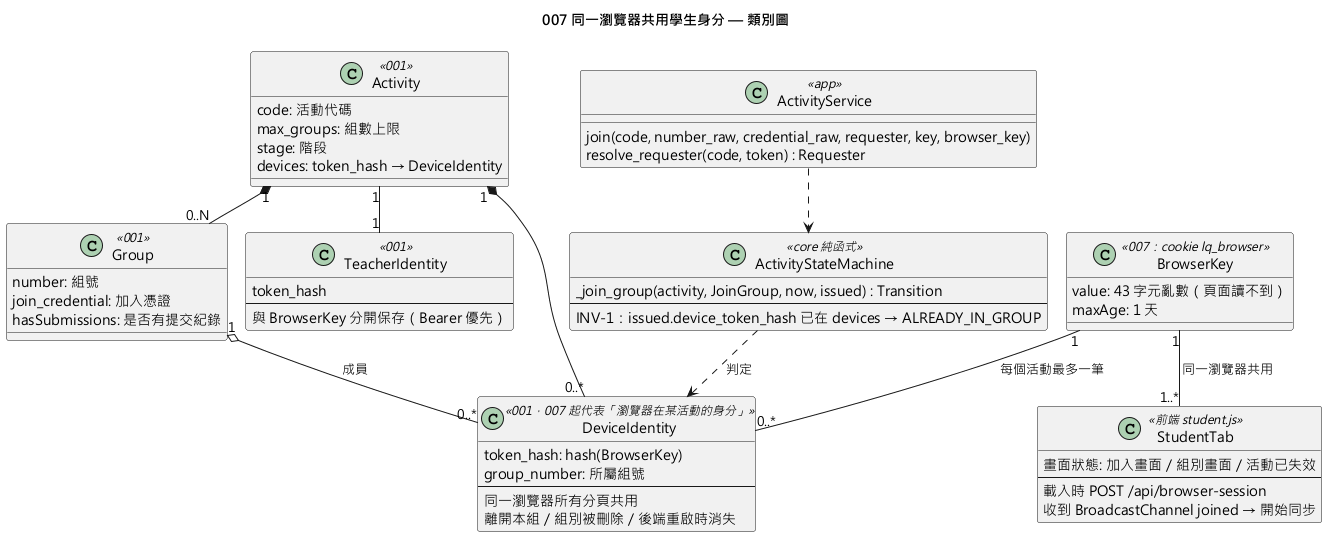
Before: diagrams/007-browser-identity-sync-class.png, a diagram exported from PlantUML (EricC430/lecture-answer-first_group16_speckit).
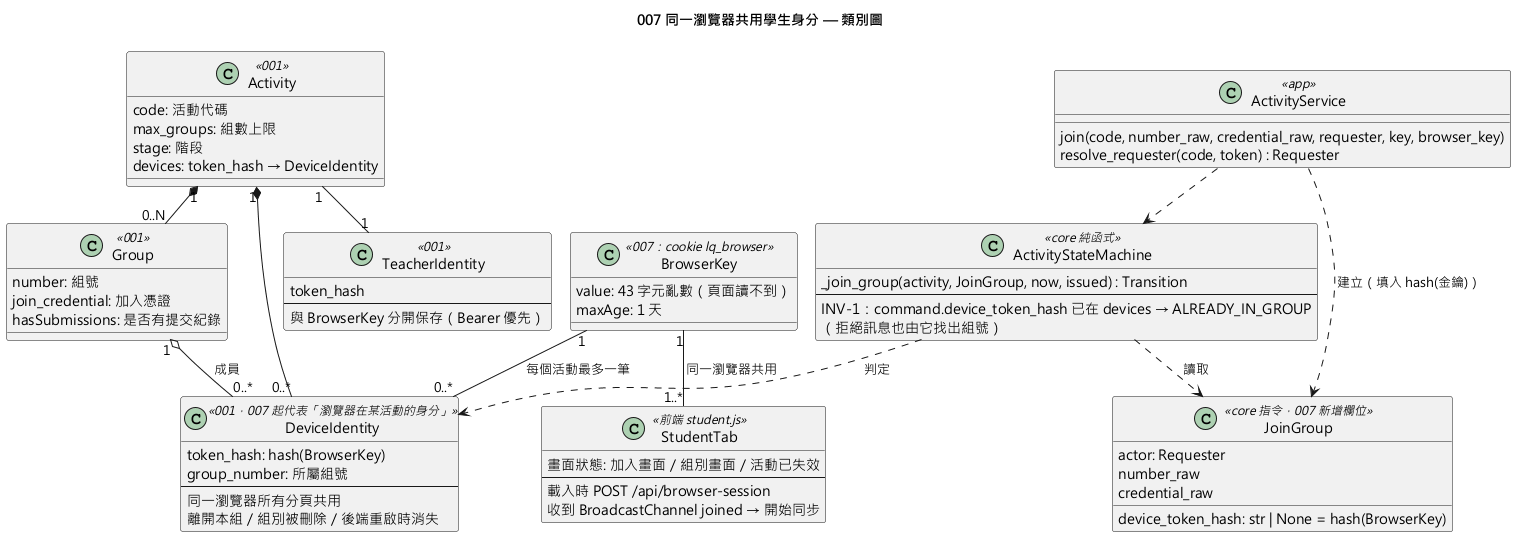
After the commit.

Commit message:
docs: 依 /speckit-analyze 修正 007 的 spec、plan、tasks 與圖表

The edit, as a diff of the source:
```diff
@@ -38,7 +38,15 @@
 class ActivityStateMachine <<core 純函式>> {
   _join_group(activity, JoinGroup, now, issued) : Transition
   --
-  INV-1：issued.device_token_hash 已在 devices → ALREADY_IN_GROUP
+  INV-1：command.device_token_hash 已在 devices → ALREADY_IN_GROUP
+  （拒絕訊息也由它找出組號）
+}
+
+class JoinGroup <<core 指令，007 新增欄位>> {
+  actor: Requester
+  number_raw
+  credential_raw
+  device_token_hash: str | None = hash(BrowserKey)
 }
 
 class ActivityService <<app>> {
@@ -59,6 +67,8 @@
 Activity "1" -- "1" TeacherIdentity
 BrowserKey "1" -- "0..*" DeviceIdentity : 每個活動最多一筆
 BrowserKey "1" -- "1..*" StudentTab : 同一瀏覽器共用
+ActivityService ..> JoinGroup : 建立（填入 hash(金鑰)）
+ActivityStateMachine ..> JoinGroup : 讀取
 ActivityService ..> ActivityStateMachine
 ActivityStateMachine ..> DeviceIdentity : 判定
 @enduml
```
